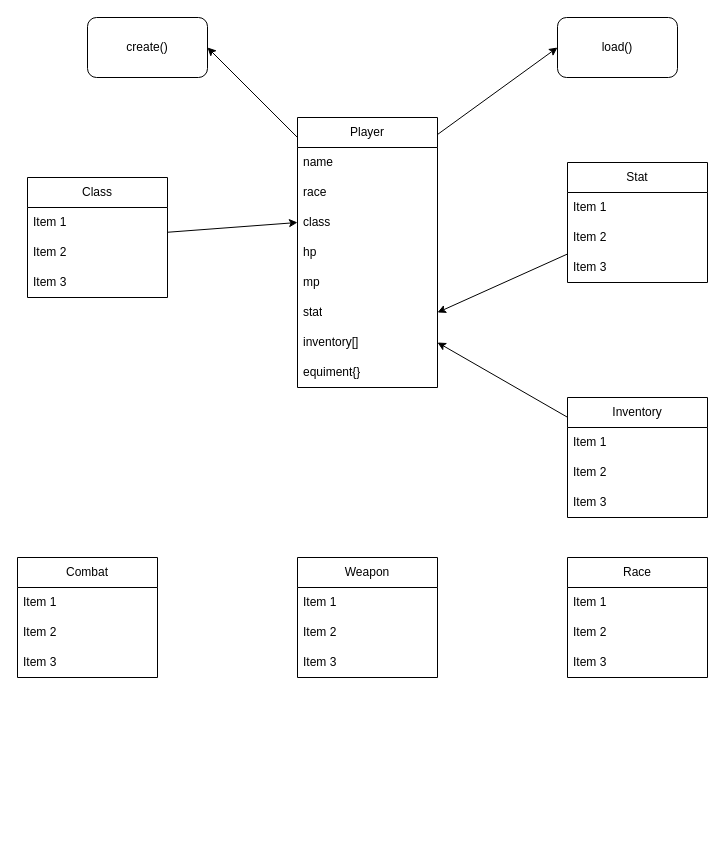
Above: design.drawio in minhduc1212/Text_Based_Game (draw.io), before the change. Source tidied: cells renumbered, new cells numbered last; positions are measured from the earlier drawing's top-left corner, leaving out a move shared by most shapes. Both pictures are drawn from the tidied source at 100%, with x=0, y=0 at pixel (17, 17).
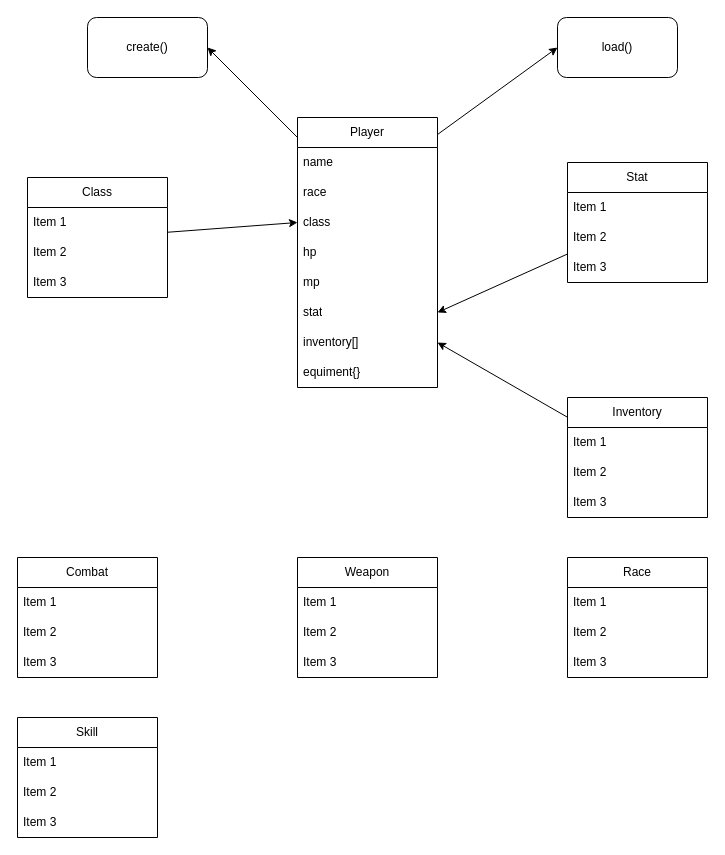
The same diagram, later.

Diff of the diagram source:
```diff
@@
+    <mxCell id="42" value="Skill" style="swimlane;fontStyle=0;horizontal=1;startSize=30;whiteSpace=wrap;html=1;" parent="1" vertex="1">
+      <mxGeometry y="700" width="140" height="120" as="geometry" />
+    </mxCell>
+    <mxCell id="43" value="Item 1" style="text;strokeColor=none;fillColor=none;align=left;verticalAlign=middle;spacingLeft=4;spacingRight=4;overflow=hidden;whiteSpace=wrap;html=1;" parent="42" vertex="1">
+      <mxGeometry y="30" width="140" height="30" as="geometry" />
+    </mxCell>
+    <mxCell id="44" value="Item 2" style="text;strokeColor=none;fillColor=none;align=left;verticalAlign=middle;spacingLeft=4;spacingRight=4;overflow=hidden;whiteSpace=wrap;html=1;" parent="42" vertex="1">
+      <mxGeometry y="60" width="140" height="30" as="geometry" />
+    </mxCell>
+    <mxCell id="45" value="Item 3" style="text;strokeColor=none;fillColor=none;align=left;verticalAlign=middle;spacingLeft=4;spacingRight=4;overflow=hidden;whiteSpace=wrap;html=1;" parent="42" vertex="1">
+      <mxGeometry y="90" width="140" height="30" as="geometry" />
+    </mxCell>
```
